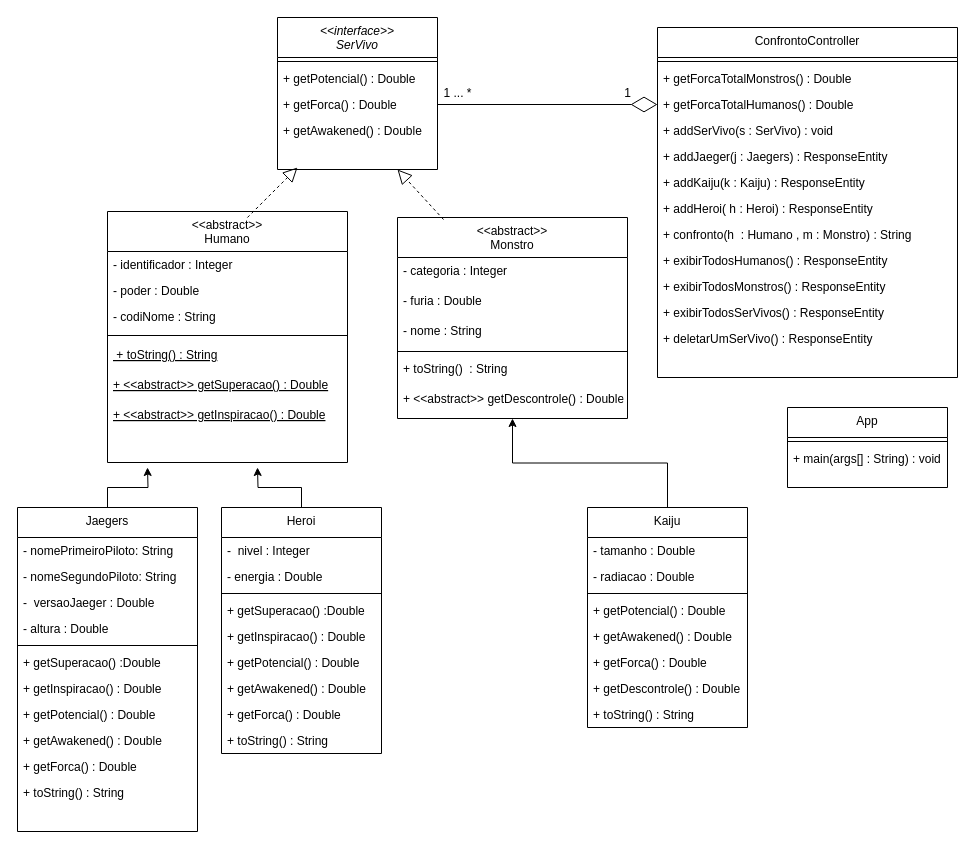
rafaelrodriguesbandtec/avaliacao-1 keeps this draw.io diagram as ClassDiagram.drawio. Above is the earlier version. Source tidied: cells renumbered, new cells numbered last; positions are measured from the earlier drawing's top-left corner, leaving out a move shared by most shapes. Both pictures are drawn from the tidied source at 100%, with x=0, y=0 at pixel (17, 17).
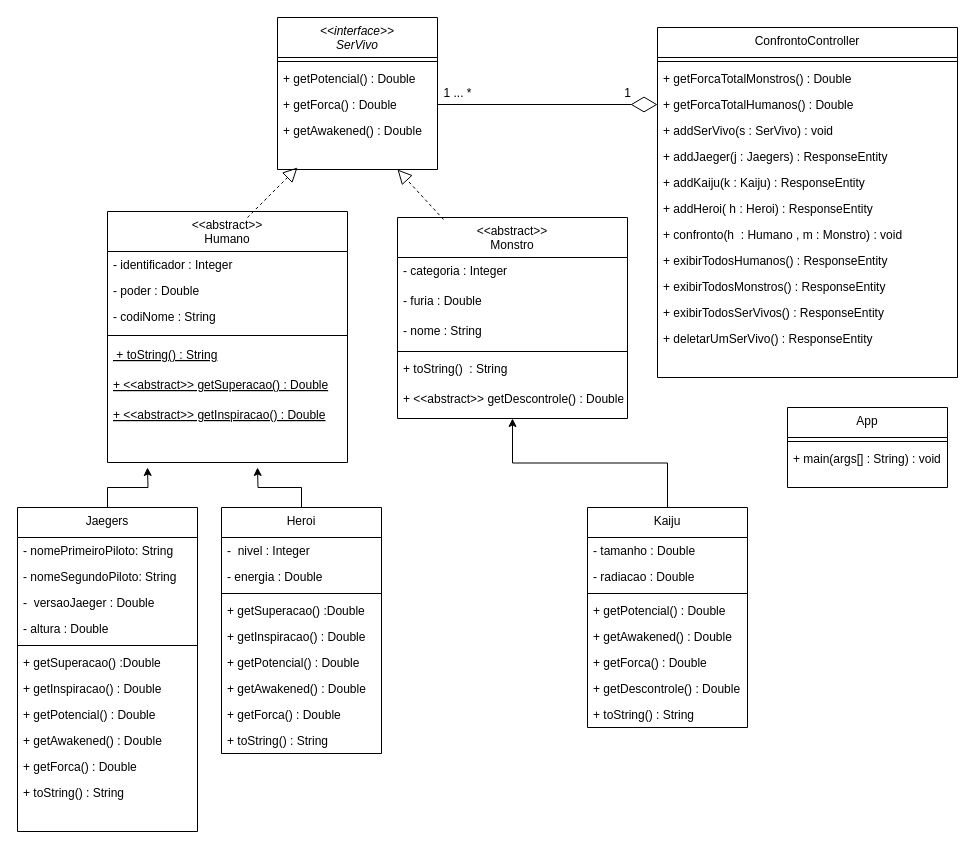
The same page after the edit.

Commit message:
ajuste do diagrama

Unchanged cells that the change refers to:
```xml
<mxCell id="8" value="ConfrontoController" style="swimlane;fontStyle=0;align=center;verticalAlign=top;horizontal=1;startSize=30;rounded=0;shadow=0;strokeWidth=1;" parent="1" vertex="1">
  <mxGeometry x="640" y="10" width="300" height="350" as="geometry" />
</mxCell>
```

Change to the diagram source:
```diff
@@
-    <mxCell id="16" value="+ confronto(h  : Humano , m : Monstro) : String" style="text;align=left;verticalAlign=top;spacingLeft=4;spacingRight=4;overflow=hidden;" parent="8" vertex="1">
+    <mxCell id="16" value="+ confronto(h  : Humano , m : Monstro) : void" style="text;align=left;verticalAlign=top;spacingLeft=4;spacingRight=4;overflow=hidden;" parent="8" vertex="1">
       <mxGeometry y="194" width="300" height="26" as="geometry" />
     </mxCell>
```
